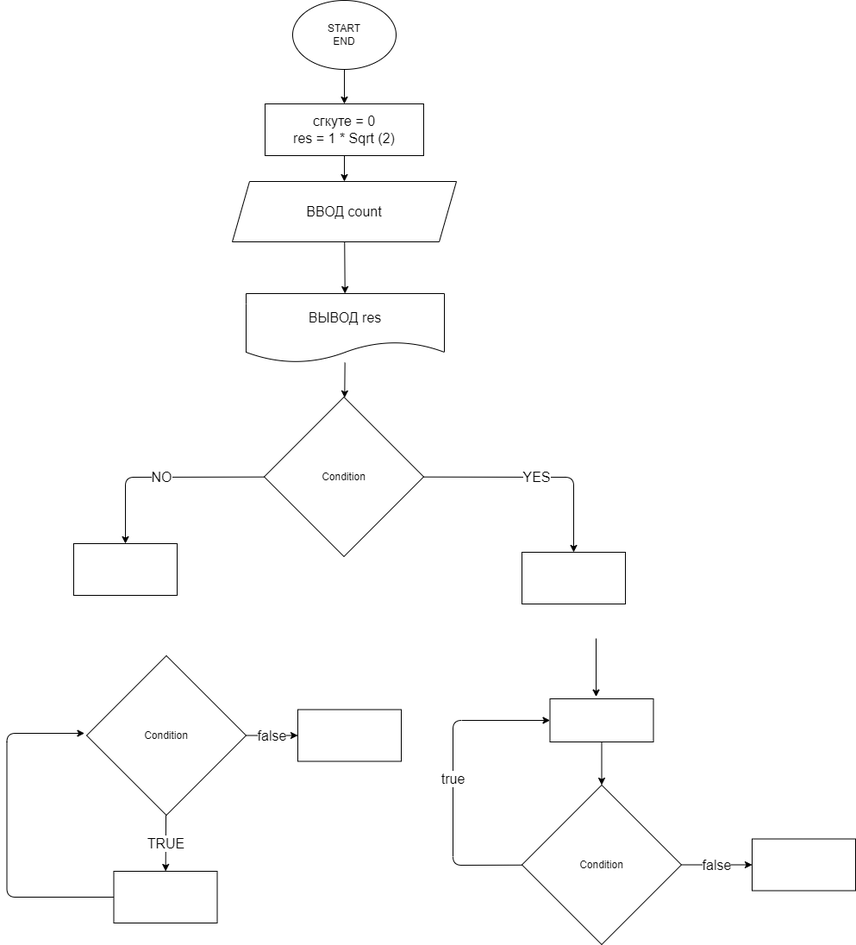
The draw.io diagram ex000.drawio.png in AlexCap97/GitTest, before a commit. Source tidied: cells renumbered, new cells last; positions are measured from the earlier drawing's top-left corner, leaving out a move shared by most shapes. Source of this version:
```xml
<mxGraphModel>
  <root>
    <mxCell id="0" />
    <mxCell id="1" parent="0" />
    <mxCell id="2" style="edgeStyle=none;html=1;" parent="1" edge="1" source="3" target="5">
      <mxGeometry relative="1" as="geometry" />
    </mxCell>
    <mxCell id="3" value="START&lt;br&gt;END" style="ellipse;whiteSpace=wrap;html=1;" parent="1" vertex="1">
      <mxGeometry x="332" width="120" height="80" as="geometry" />
    </mxCell>
    <mxCell id="4" style="edgeStyle=none;html=1;" parent="1" edge="1" source="5" target="7">
      <mxGeometry relative="1" as="geometry" />
    </mxCell>
    <mxCell id="5" value="&lt;font style=&quot;font-size: 16px&quot;&gt;сгкуте = 0&lt;br&gt;res = 1 * Sqrt (2)&lt;/font&gt;" style="whiteSpace=wrap;html=1;" parent="1" vertex="1">
      <mxGeometry x="300" y="120" width="184" height="60" as="geometry" />
    </mxCell>
    <mxCell id="6" style="edgeStyle=none;html=1;" parent="1" edge="1" source="7" target="9">
      <mxGeometry relative="1" as="geometry" />
    </mxCell>
    <mxCell id="7" value="&lt;font style=&quot;font-size: 16px&quot;&gt;ВВОД count&lt;/font&gt;" style="shape=parallelogram;perimeter=parallelogramPerimeter;whiteSpace=wrap;html=1;fixedSize=1;" parent="1" vertex="1">
      <mxGeometry x="262" y="210" width="260" height="70" as="geometry" />
    </mxCell>
    <mxCell id="8" style="edgeStyle=none;html=1;fontSize=16;" parent="1" edge="1" source="9" target="12">
      <mxGeometry relative="1" as="geometry" />
    </mxCell>
    <mxCell id="9" value="&lt;font style=&quot;font-size: 16px&quot;&gt;ВЫВОД res&lt;/font&gt;" style="shape=document;whiteSpace=wrap;html=1;boundedLbl=1;" parent="1" vertex="1">
      <mxGeometry x="278" y="340" width="230" height="80" as="geometry" />
    </mxCell>
    <mxCell id="10" value="YES" style="edgeStyle=none;html=1;fontSize=16;entryX=0.5;entryY=0;entryDx=0;entryDy=0;" parent="1" edge="1" source="12" target="13">
      <mxGeometry relative="1" as="geometry">
        <Array as="points">
          <mxPoint x="658" y="553" />
        </Array>
      </mxGeometry>
    </mxCell>
    <mxCell id="11" value="NO" style="edgeStyle=none;html=1;fontSize=16;" parent="1" edge="1" source="12" target="14">
      <mxGeometry relative="1" as="geometry">
        <Array as="points">
          <mxPoint x="138" y="553" />
        </Array>
      </mxGeometry>
    </mxCell>
    <mxCell id="12" value="Condition" style="rhombus;whiteSpace=wrap;html=1;" parent="1" vertex="1">
      <mxGeometry x="299" y="460" width="185" height="185" as="geometry" />
    </mxCell>
    <mxCell id="13" style="whiteSpace=wrap;html=1;" parent="1" vertex="1">
      <mxGeometry x="598" y="640" width="120" height="60" as="geometry" />
    </mxCell>
    <mxCell id="14" style="whiteSpace=wrap;html=1;" parent="1" vertex="1">
      <mxGeometry x="78" y="630" width="120" height="60" as="geometry" />
    </mxCell>
    <mxCell id="15" value="TRUE" style="edgeStyle=none;html=1;fontSize=16;" parent="1" edge="1" source="17" target="19">
      <mxGeometry relative="1" as="geometry" />
    </mxCell>
    <mxCell id="16" value="false" style="edgeStyle=none;html=1;fontSize=16;" parent="1" edge="1" source="17" target="26">
      <mxGeometry relative="1" as="geometry" />
    </mxCell>
    <mxCell id="17" value="Condition" style="rhombus;whiteSpace=wrap;html=1;" parent="1" vertex="1">
      <mxGeometry x="93" y="760" width="185" height="185" as="geometry" />
    </mxCell>
    <mxCell id="18" style="edgeStyle=none;html=1;fontSize=16;" parent="1" edge="1" source="19">
      <mxGeometry relative="1" as="geometry">
        <mxPoint x="90.5" y="850" as="targetPoint" />
        <Array as="points">
          <mxPoint x="0.5" y="1040" />
          <mxPoint x="0.5" y="850" />
        </Array>
      </mxGeometry>
    </mxCell>
    <mxCell id="19" style="whiteSpace=wrap;html=1;" parent="1" vertex="1">
      <mxGeometry x="124.5" y="1010" width="120" height="60" as="geometry" />
    </mxCell>
    <mxCell id="20" value="true" style="edgeStyle=none;html=1;entryX=0;entryY=0.5;entryDx=0;entryDy=0;fontSize=16;" parent="1" edge="1" source="22" target="25">
      <mxGeometry relative="1" as="geometry">
        <Array as="points">
          <mxPoint x="518" y="1003" />
          <mxPoint x="518" y="835" />
        </Array>
      </mxGeometry>
    </mxCell>
    <mxCell id="21" value="false" style="edgeStyle=none;html=1;fontSize=16;" parent="1" edge="1" source="22" target="27">
      <mxGeometry relative="1" as="geometry" />
    </mxCell>
    <mxCell id="22" value="Condition" style="rhombus;whiteSpace=wrap;html=1;" parent="1" vertex="1">
      <mxGeometry x="598" y="910" width="185" height="185" as="geometry" />
    </mxCell>
    <mxCell id="23" style="edgeStyle=none;html=1;fontSize=16;entryX=0.446;entryY=-0.048;entryDx=0;entryDy=0;entryPerimeter=0;" parent="1" edge="1" target="25">
      <mxGeometry relative="1" as="geometry">
        <mxPoint x="684" y="740" as="sourcePoint" />
      </mxGeometry>
    </mxCell>
    <mxCell id="24" style="edgeStyle=none;html=1;fontSize=16;" parent="1" edge="1" source="25" target="22">
      <mxGeometry relative="1" as="geometry" />
    </mxCell>
    <mxCell id="25" style="whiteSpace=wrap;html=1;" parent="1" vertex="1">
      <mxGeometry x="630.5" y="810" width="120" height="50" as="geometry" />
    </mxCell>
    <mxCell id="26" style="whiteSpace=wrap;html=1;" parent="1" vertex="1">
      <mxGeometry x="338" y="822.5" width="120" height="60" as="geometry" />
    </mxCell>
    <mxCell id="27" style="whiteSpace=wrap;html=1;" parent="1" vertex="1">
      <mxGeometry x="865" y="972.5" width="120" height="60" as="geometry" />
    </mxCell>
  </root>
</mxGraphModel>
```
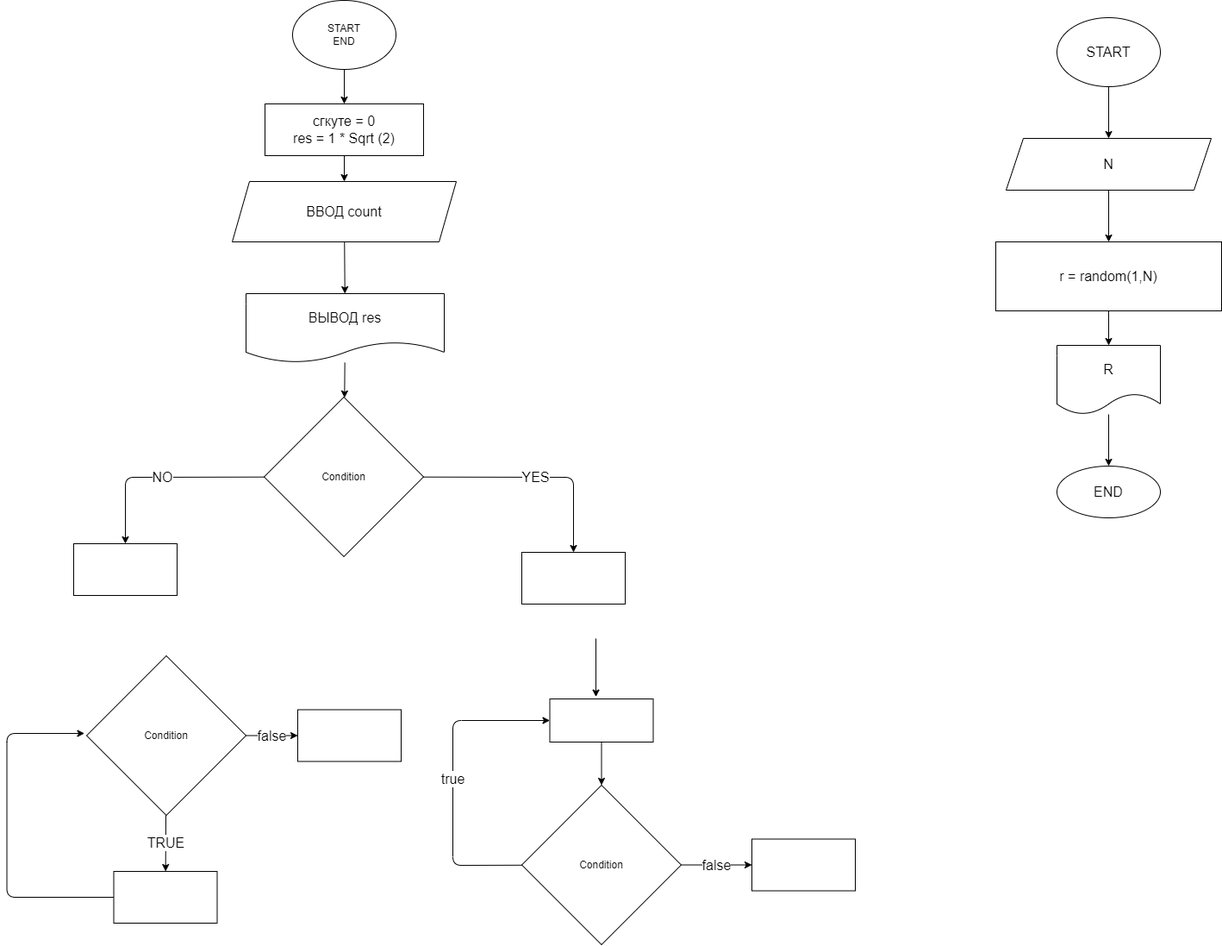
Later version of the same file.

What changed in the source:
```diff
@@ -101,5 +101,32 @@
     <mxCell id="27" style="whiteSpace=wrap;html=1;" parent="1" vertex="1">
       <mxGeometry x="865" y="972.5" width="120" height="60" as="geometry" />
     </mxCell>
+    <mxCell id="28" style="edgeStyle=none;html=1;fontSize=16;" parent="1" edge="1" source="29" target="31">
+      <mxGeometry relative="1" as="geometry" />
+    </mxCell>
+    <mxCell id="29" value="START" style="ellipse;whiteSpace=wrap;html=1;fontSize=16;" parent="1" vertex="1">
+      <mxGeometry x="1219" y="20" width="120" height="80" as="geometry" />
+    </mxCell>
+    <mxCell id="30" style="edgeStyle=none;html=1;fontSize=16;" parent="1" edge="1" source="31" target="33">
+      <mxGeometry relative="1" as="geometry" />
+    </mxCell>
+    <mxCell id="31" value="N" style="shape=parallelogram;perimeter=parallelogramPerimeter;whiteSpace=wrap;html=1;fixedSize=1;fontSize=16;" parent="1" vertex="1">
+      <mxGeometry x="1160" y="160" width="238" height="60" as="geometry" />
+    </mxCell>
+    <mxCell id="32" style="edgeStyle=none;html=1;fontSize=16;" parent="1" edge="1" source="33" target="35">
+      <mxGeometry relative="1" as="geometry" />
+    </mxCell>
+    <mxCell id="33" value="r = random(1,N)" style="whiteSpace=wrap;html=1;fontSize=16;" parent="1" vertex="1">
+      <mxGeometry x="1148" y="280" width="262" height="80" as="geometry" />
+    </mxCell>
+    <mxCell id="34" style="edgeStyle=none;html=1;fontSize=16;" parent="1" edge="1" source="35" target="36">
+      <mxGeometry relative="1" as="geometry" />
+    </mxCell>
+    <mxCell id="35" value="R" style="shape=document;whiteSpace=wrap;html=1;boundedLbl=1;fontSize=16;" parent="1" vertex="1">
+      <mxGeometry x="1219" y="400" width="120" height="80" as="geometry" />
+    </mxCell>
+    <mxCell id="36" value="END" style="ellipse;whiteSpace=wrap;html=1;fontSize=16;" parent="1" vertex="1">
+      <mxGeometry x="1219" y="540" width="120" height="60" as="geometry" />
+    </mxCell>
   </root>
 </mxGraphModel>
```
